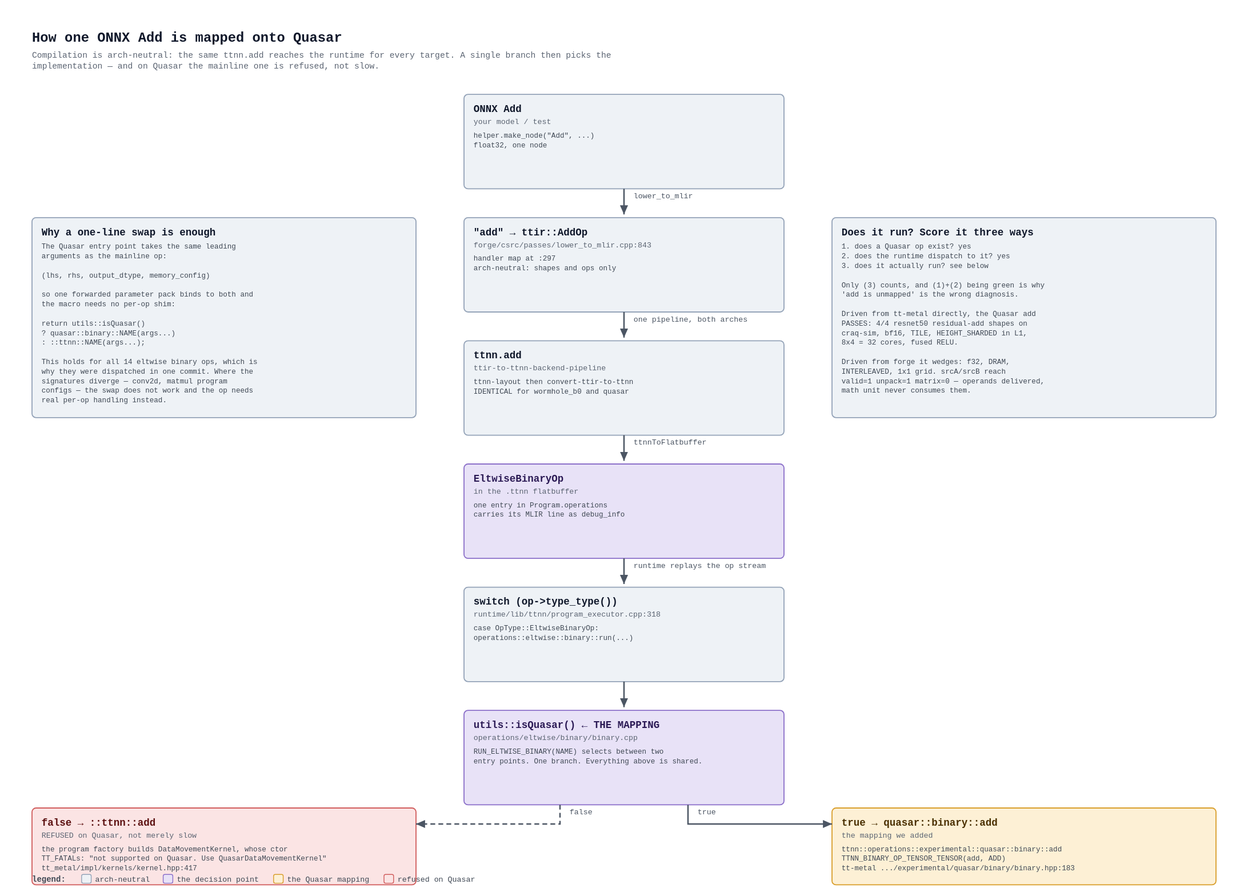
This is docs/source/imgs/compiler_arch/quasar-add-mapping.drawio.svg from tenstorrent/tt-forge-onnx, a draw.io export, as it was before one commit. Source tidied: cells renumbered, new cells last; positions are measured from the earlier drawing's top-left corner, leaving out a move shared by most shapes.
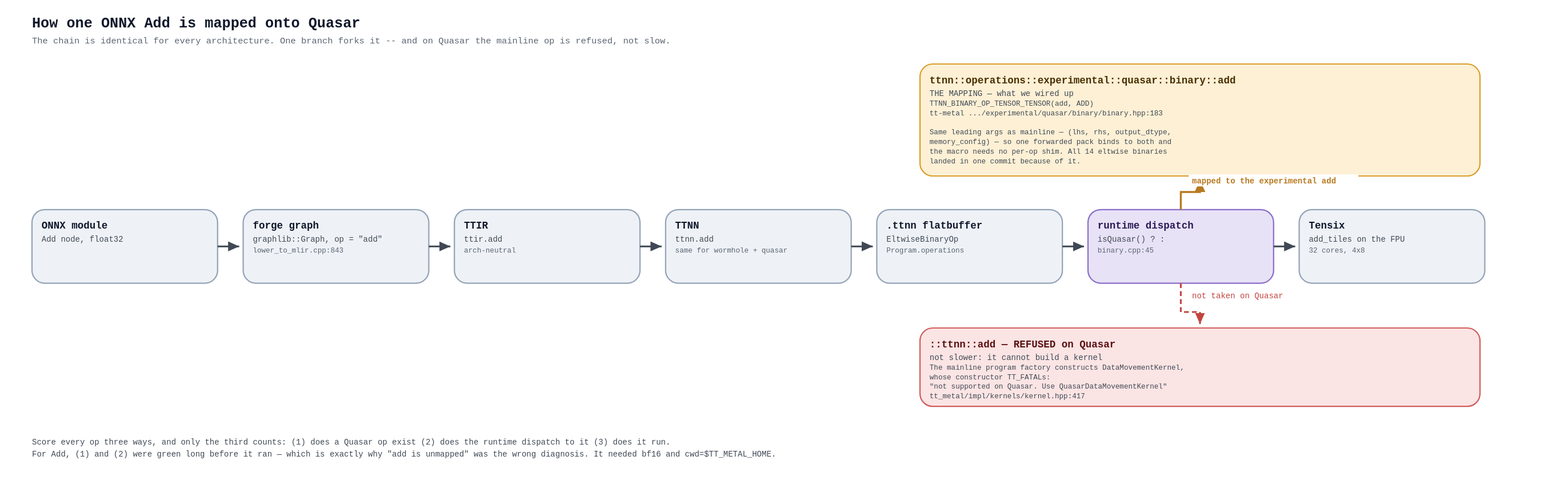
The same diagram one commit later.

Commit message:
Redraw the Add mapping as one chain with a single fork

What changed in the source:
```diff
@@ -2,59 +2,62 @@
   <root>
     <mxCell id="0" />
     <mxCell id="1" parent="0" />
-    <mxCell id="2" value="&lt;b&gt;How one ONNX Add is mapped onto Quasar&lt;/b&gt;&lt;br&gt;&lt;font style=&quot;font-size:10px&quot;&gt;Compilation is arch-neutral: the same ttnn.add reaches the runtime for every target. A single branch then picks the implementation — and on Quasar the mainline one is refused, not slow.&lt;/font&gt;" style="text;html=1;align=left;verticalAlign=middle;fontSize=16;fontColor=#0f172a;" parent="1" vertex="1">
-      <mxGeometry width="1480" height="64" as="geometry" />
+    <mxCell id="2" value="&lt;b&gt;How one ONNX Add is mapped onto Quasar&lt;/b&gt;&lt;br&gt;&lt;font style=&quot;font-size:11px&quot;&gt;The chain is identical for every architecture. One branch forks it -- and on Quasar the mainline op is refused, not slow.&lt;/font&gt;" style="text;html=1;align=left;verticalAlign=middle;fontSize=17;fontColor=#0f172a;" parent="1" vertex="1">
+      <mxGeometry y="-10" width="1880" height="50" as="geometry" />
     </mxCell>
-    <mxCell id="3" value="&lt;b&gt;ONNX  Add&lt;/b&gt;&lt;br&gt;&lt;font style=&quot;font-size:9.5px;color:#5b6472&quot;&gt;your model / test&lt;/font&gt;&lt;br&gt;&lt;br&gt;&lt;font style=&quot;font-size:9px&quot;&gt;helper.make_node(&quot;Add&quot;, ...)&lt;/font&gt;&lt;br&gt;&lt;font style=&quot;font-size:9px&quot;&gt;float32, one node&lt;/font&gt;" style="rounded=1;arcSize=8;whiteSpace=wrap;html=1;fillColor=#eef2f6;strokeColor=#94a3b8;fontColor=#0f172a;align=left;verticalAlign=top;spacingLeft=10;spacingTop=4;fontSize=11;" parent="1" vertex="1">
-      <mxGeometry x="540" y="88" width="400" height="118" as="geometry" />
+    <mxCell id="3" value="&lt;b&gt;ONNX module&lt;/b&gt;&lt;br&gt;&lt;font style=&quot;font-size:10px&quot;&gt;Add node, float32&lt;/font&gt;" style="rounded=1;arcSize=18;whiteSpace=wrap;html=1;fillColor=#eef2f6;strokeColor=#94a3b8;fontColor=#0f172a;align=left;verticalAlign=top;spacingLeft=10;spacingTop=6;fontSize=12;strokeWidth=1.6;" parent="1" vertex="1">
+      <mxGeometry y="232" width="232" height="92" as="geometry" />
     </mxCell>
+    <mxCell id="20" value="&lt;b&gt;forge graph&lt;/b&gt;&lt;br&gt;&lt;font style=&quot;font-size:10px&quot;&gt;graphlib::Graph, op = &quot;add&quot;&lt;/font&gt;&lt;br&gt;&lt;font style=&quot;font-size:9px;color:#5b6472&quot;&gt;lower_to_mlir.cpp:843&lt;/font&gt;" style="rounded=1;arcSize=18;whiteSpace=wrap;html=1;fillColor=#eef2f6;strokeColor=#94a3b8;fontColor=#0f172a;align=left;verticalAlign=top;spacingLeft=10;spacingTop=6;fontSize=12;strokeWidth=1.6;" parent="1" vertex="1">
+      <mxGeometry x="264" y="232" width="232" height="92" as="geometry" />
+    </mxCell>
-    <mxCell id="4" value="&lt;b&gt;&quot;add&quot;  →  ttir::AddOp&lt;/b&gt;&lt;br&gt;&lt;font style=&quot;font-size:9.5px;color:#5b6472&quot;&gt;forge/csrc/passes/lower_to_mlir.cpp:843&lt;/font&gt;&lt;br&gt;&lt;br&gt;&lt;font style=&quot;font-size:9px&quot;&gt;handler map at :297&lt;/font&gt;&lt;br&gt;&lt;font style=&quot;font-size:9px&quot;&gt;arch-neutral: shapes and ops only&lt;/font&gt;" style="rounded=1;arcSize=8;whiteSpace=wrap;html=1;fillColor=#eef2f6;strokeColor=#94a3b8;fontColor=#0f172a;align=left;verticalAlign=top;spacingLeft=10;spacingTop=4;fontSize=11;" parent="1" vertex="1">
-      <mxGeometry x="540" y="242" width="400" height="118" as="geometry" />
+    <mxCell id="4" value="&lt;b&gt;TTIR&lt;/b&gt;&lt;br&gt;&lt;font style=&quot;font-size:10px&quot;&gt;ttir.add&lt;/font&gt;&lt;br&gt;&lt;font style=&quot;font-size:9px;color:#5b6472&quot;&gt;arch-neutral&lt;/font&gt;" style="rounded=1;arcSize=18;whiteSpace=wrap;html=1;fillColor=#eef2f6;strokeColor=#94a3b8;fontColor=#0f172a;align=left;verticalAlign=top;spacingLeft=10;spacingTop=6;fontSize=12;strokeWidth=1.6;" parent="1" vertex="1">
+      <mxGeometry x="528" y="232" width="232" height="92" as="geometry" />
     </mxCell>
-    <mxCell id="5" value="&lt;b&gt;ttnn.add&lt;/b&gt;&lt;br&gt;&lt;font style=&quot;font-size:9.5px;color:#5b6472&quot;&gt;ttir-to-ttnn-backend-pipeline&lt;/font&gt;&lt;br&gt;&lt;br&gt;&lt;font style=&quot;font-size:9px&quot;&gt;ttnn-layout then convert-ttir-to-ttnn&lt;/font&gt;&lt;br&gt;&lt;font style=&quot;font-size:9px&quot;&gt;IDENTICAL for wormhole_b0 and quasar&lt;/font&gt;" style="rounded=1;arcSize=8;whiteSpace=wrap;html=1;fillColor=#eef2f6;strokeColor=#94a3b8;fontColor=#0f172a;align=left;verticalAlign=top;spacingLeft=10;spacingTop=4;fontSize=11;" parent="1" vertex="1">
-      <mxGeometry x="540" y="396" width="400" height="118" as="geometry" />
+    <mxCell id="5" value="&lt;b&gt;TTNN&lt;/b&gt;&lt;br&gt;&lt;font style=&quot;font-size:10px&quot;&gt;ttnn.add&lt;/font&gt;&lt;br&gt;&lt;font style=&quot;font-size:9px;color:#5b6472&quot;&gt;same for wormhole + quasar&lt;/font&gt;" style="rounded=1;arcSize=18;whiteSpace=wrap;html=1;fillColor=#eef2f6;strokeColor=#94a3b8;fontColor=#0f172a;align=left;verticalAlign=top;spacingLeft=10;spacingTop=6;fontSize=12;strokeWidth=1.6;" parent="1" vertex="1">
+      <mxGeometry x="792" y="232" width="232" height="92" as="geometry" />
     </mxCell>
-    <mxCell id="6" value="&lt;b&gt;EltwiseBinaryOp&lt;/b&gt;&lt;br&gt;&lt;font style=&quot;font-size:9.5px;color:#5b6472&quot;&gt;in the .ttnn flatbuffer&lt;/font&gt;&lt;br&gt;&lt;br&gt;&lt;font style=&quot;font-size:9px&quot;&gt;one entry in Program.operations&lt;/font&gt;&lt;br&gt;&lt;font style=&quot;font-size:9px&quot;&gt;carries its MLIR line as debug_info&lt;/font&gt;" style="rounded=1;arcSize=8;whiteSpace=wrap;html=1;fillColor=#e8e2f7;strokeColor=#8b6fc9;fontColor=#2b1a55;align=left;verticalAlign=top;spacingLeft=10;spacingTop=4;fontSize=11;" parent="1" vertex="1">
-      <mxGeometry x="540" y="550" width="400" height="118" as="geometry" />
+    <mxCell id="6" value="&lt;b&gt;.ttnn flatbuffer&lt;/b&gt;&lt;br&gt;&lt;font style=&quot;font-size:10px&quot;&gt;EltwiseBinaryOp&lt;/font&gt;&lt;br&gt;&lt;font style=&quot;font-size:9px;color:#5b6472&quot;&gt;Program.operations&lt;/font&gt;" style="rounded=1;arcSize=18;whiteSpace=wrap;html=1;fillColor=#eef2f6;strokeColor=#94a3b8;fontColor=#0f172a;align=left;verticalAlign=top;spacingLeft=10;spacingTop=6;fontSize=12;strokeWidth=1.6;" parent="1" vertex="1">
+      <mxGeometry x="1056" y="232" width="232" height="92" as="geometry" />
     </mxCell>
-    <mxCell id="7" value="&lt;b&gt;switch (op-&amp;gt;type_type())&lt;/b&gt;&lt;br&gt;&lt;font style=&quot;font-size:9.5px;color:#5b6472&quot;&gt;runtime/lib/ttnn/program_executor.cpp:318&lt;/font&gt;&lt;br&gt;&lt;br&gt;&lt;font style=&quot;font-size:9px&quot;&gt;case OpType::EltwiseBinaryOp:&lt;/font&gt;&lt;br&gt;&lt;font style=&quot;font-size:9px&quot;&gt;  operations::eltwise::binary::run(...)&lt;/font&gt;" style="rounded=1;arcSize=8;whiteSpace=wrap;html=1;fillColor=#eef2f6;strokeColor=#94a3b8;fontColor=#0f172a;align=left;verticalAlign=top;spacingLeft=10;spacingTop=4;fontSize=11;" parent="1" vertex="1">
-      <mxGeometry x="540" y="704" width="400" height="118" as="geometry" />
-    </mxCell>
-    <mxCell id="8" value="&lt;b&gt;utils::isQuasar()  ←  THE MAPPING&lt;/b&gt;&lt;br&gt;&lt;font style=&quot;font-size:9.5px;color:#5b6472&quot;&gt;operations/eltwise/binary/binary.cpp&lt;/font&gt;&lt;br&gt;&lt;br&gt;&lt;font style=&quot;font-size:9px&quot;&gt;RUN_ELTWISE_BINARY(NAME) selects between two&lt;/font&gt;&lt;br&gt;&lt;font style=&quot;font-size:9px&quot;&gt;entry points. One branch. Everything above is shared.&lt;/font&gt;" style="rounded=1;arcSize=8;whiteSpace=wrap;html=1;fillColor=#e8e2f7;strokeColor=#8b6fc9;fontColor=#2b1a55;align=left;verticalAlign=top;spacingLeft=10;spacingTop=4;fontSize=11;" parent="1" vertex="1">
-      <mxGeometry x="540" y="858" width="400" height="118" as="geometry" />
-    </mxCell>
-    <mxCell id="9" value="&lt;b&gt;false  →  ::ttnn::add&lt;/b&gt;&lt;br&gt;&lt;font style=&quot;font-size:9.5px;color:#5b6472&quot;&gt;REFUSED on Quasar, not merely slow&lt;/font&gt;&lt;br&gt;&lt;br&gt;&lt;font style=&quot;font-size:9px&quot;&gt;the program factory builds DataMovementKernel, whose ctor&lt;/font&gt;&lt;br&gt;&lt;font style=&quot;font-size:9px&quot;&gt;TT_FATALs: &quot;not supported on Quasar. Use QuasarDataMovementKernel&quot;&lt;/font&gt;&lt;br&gt;&lt;font style=&quot;font-size:9px&quot;&gt;tt_metal/impl/kernels/kernel.hpp:417&lt;/font&gt;" style="rounded=1;arcSize=8;whiteSpace=wrap;html=1;fillColor=#fbe4e4;strokeColor=#d05c5c;fontColor=#5c1010;align=left;verticalAlign=top;spacingLeft=10;spacingTop=4;fontSize=11;" parent="1" vertex="1">
-      <mxGeometry y="980" width="480" height="96" as="geometry" />
-    </mxCell>
-    <mxCell id="10" value="&lt;b&gt;true  →  quasar::binary::add&lt;/b&gt;&lt;br&gt;&lt;font style=&quot;font-size:9.5px;color:#5b6472&quot;&gt;the mapping we added&lt;/font&gt;&lt;br&gt;&lt;br&gt;&lt;font style=&quot;font-size:9px&quot;&gt;ttnn::operations::experimental::quasar::binary::add&lt;/font&gt;&lt;br&gt;&lt;font style=&quot;font-size:9px&quot;&gt;TTNN_BINARY_OP_TENSOR_TENSOR(add, ADD)&lt;/font&gt;&lt;br&gt;&lt;font style=&quot;font-size:9px&quot;&gt;tt-metal .../experimental/quasar/binary/binary.hpp:183&lt;/font&gt;" style="rounded=1;arcSize=8;whiteSpace=wrap;html=1;fillColor=#fdf0d5;strokeColor=#d99e2b;fontColor=#4a2f00;align=left;verticalAlign=top;spacingLeft=10;spacingTop=4;fontSize=11;" parent="1" vertex="1">
-      <mxGeometry x="1000" y="980" width="480" height="96" as="geometry" />
-    </mxCell>
-    <mxCell id="11" value="&lt;b&gt;Why a one-line swap is enough&lt;/b&gt;&lt;br&gt;&lt;br&gt;&lt;font style=&quot;font-size:9px&quot;&gt;The Quasar entry point takes the same leading&lt;/font&gt;&lt;br&gt;&lt;font style=&quot;font-size:9px&quot;&gt;arguments as the mainline op:&lt;/font&gt;&lt;br&gt;&amp;nbsp;&lt;br&gt;&lt;font style=&quot;font-size:9px&quot;&gt;    (lhs, rhs, output_dtype, memory_config)&lt;/font&gt;&lt;br&gt;&amp;nbsp;&lt;br&gt;&lt;font style=&quot;font-size:9px&quot;&gt;so one forwarded parameter pack binds to both and&lt;/font&gt;&lt;br&gt;&lt;font style=&quot;font-size:9px&quot;&gt;the macro needs no per-op shim:&lt;/font&gt;&lt;br&gt;&amp;nbsp;&lt;br&gt;&lt;font style=&quot;font-size:9px&quot;&gt;  return utils::isQuasar()&lt;/font&gt;&lt;br&gt;&lt;font style=&quot;font-size:9px&quot;&gt;    ? quasar::binary::NAME(args...)&lt;/font&gt;&lt;br&gt;&lt;font style=&quot;font-size:9px&quot;&gt;    : ::ttnn::NAME(args...);&lt;/font&gt;&lt;br&gt;&amp;nbsp;&lt;br&gt;&lt;font style=&quot;font-size:9px&quot;&gt;This holds for all 14 eltwise binary ops, which is&lt;/font&gt;&lt;br&gt;&lt;font style=&quot;font-size:9px&quot;&gt;why they were dispatched in one commit. Where the&lt;/font&gt;&lt;br&gt;&lt;font style=&quot;font-size:9px&quot;&gt;signatures diverge — conv2d, matmul program&lt;/font&gt;&lt;br&gt;&lt;font style=&quot;font-size:9px&quot;&gt;configs — the swap does not work and the op needs&lt;/font&gt;&lt;br&gt;&lt;font style=&quot;font-size:9px&quot;&gt;real per-op handling instead.&lt;/font&gt;" style="rounded=1;arcSize=8;whiteSpace=wrap;html=1;fillColor=#eef2f6;strokeColor=#94a3b8;fontColor=#0f172a;align=left;verticalAlign=top;spacingLeft=10;spacingTop=4;fontSize=11;" parent="1" vertex="1">
-      <mxGeometry y="242" width="480" height="250" as="geometry" />
-    </mxCell>
-    <mxCell id="12" value="&lt;b&gt;Does it run?  Score it three ways&lt;/b&gt;&lt;br&gt;&lt;br&gt;&lt;font style=&quot;font-size:9px&quot;&gt;1. does a Quasar op exist?        yes&lt;/font&gt;&lt;br&gt;&lt;font style=&quot;font-size:9px&quot;&gt;2. does the runtime dispatch to it? yes&lt;/font&gt;&lt;br&gt;&lt;font style=&quot;font-size:9px&quot;&gt;3. does it actually run?            see below&lt;/font&gt;&lt;br&gt;&amp;nbsp;&lt;br&gt;&lt;font style=&quot;font-size:9px&quot;&gt;Only (3) counts, and (1)+(2) being green is why&lt;/font&gt;&lt;br&gt;&lt;font style=&quot;font-size:9px&quot;&gt;'add is unmapped' is the wrong diagnosis.&lt;/font&gt;&lt;br&gt;&amp;nbsp;&lt;br&gt;&lt;font style=&quot;font-size:9px&quot;&gt;Driven from tt-metal directly, the Quasar add&lt;/font&gt;&lt;br&gt;&lt;font style=&quot;font-size:9px&quot;&gt;PASSES: 4/4 resnet50 residual-add shapes on&lt;/font&gt;&lt;br&gt;&lt;font style=&quot;font-size:9px&quot;&gt;craq-sim, bf16, TILE, HEIGHT_SHARDED in L1,&lt;/font&gt;&lt;br&gt;&lt;font style=&quot;font-size:9px&quot;&gt;8x4 = 32 cores, fused RELU.&lt;/font&gt;&lt;br&gt;&amp;nbsp;&lt;br&gt;&lt;font style=&quot;font-size:9px&quot;&gt;Driven from forge it wedges: f32, DRAM,&lt;/font&gt;&lt;br&gt;&lt;font style=&quot;font-size:9px&quot;&gt;INTERLEAVED, 1x1 grid. srcA/srcB reach&lt;/font&gt;&lt;br&gt;&lt;font style=&quot;font-size:9px&quot;&gt;valid=1 unpack=1 matrix=0 — operands delivered,&lt;/font&gt;&lt;br&gt;&lt;font style=&quot;font-size:9px&quot;&gt;math unit never consumes them.&lt;/font&gt;" style="rounded=1;arcSize=8;whiteSpace=wrap;html=1;fillColor=#eef2f6;strokeColor=#94a3b8;fontColor=#0f172a;align=left;verticalAlign=top;spacingLeft=10;spacingTop=4;fontSize=11;" parent="1" vertex="1">
-      <mxGeometry x="1000" y="242" width="480" height="250" as="geometry" />
-    </mxCell>
-    <mxCell id="13" value="lower_to_mlir" style="edgeStyle=orthogonalEdgeStyle;rounded=1;html=1;endArrow=block;endFill=1;strokeColor=#4b5563;strokeWidth=1.8;fontSize=9;labelBackgroundColor=none;" parent="1" edge="1" source="3" target="4">
-      <mxGeometry relative="1" as="geometry" />
-    </mxCell>
+    <mxCell id="21" value="&lt;b&gt;runtime dispatch&lt;/b&gt;&lt;br&gt;&lt;font style=&quot;font-size:10px&quot;&gt;isQuasar()  ?  :&lt;/font&gt;&lt;br&gt;&lt;font style=&quot;font-size:9px;color:#5b6472&quot;&gt;binary.cpp:45&lt;/font&gt;" style="rounded=1;arcSize=18;whiteSpace=wrap;html=1;fillColor=#e8e2f7;strokeColor=#8b6fc9;fontColor=#2b1a55;align=left;verticalAlign=top;spacingLeft=10;spacingTop=6;fontSize=12;strokeWidth=1.6;" parent="1" vertex="1">
+      <mxGeometry x="1320" y="232" width="232" height="92" as="geometry" />
+    </mxCell>
+    <mxCell id="22" value="&lt;b&gt;Tensix&lt;/b&gt;&lt;br&gt;&lt;font style=&quot;font-size:10px&quot;&gt;add_tiles on the FPU&lt;/font&gt;&lt;br&gt;&lt;font style=&quot;font-size:9px;color:#5b6472&quot;&gt;32 cores, 4x8&lt;/font&gt;" style="rounded=1;arcSize=18;whiteSpace=wrap;html=1;fillColor=#eef2f6;strokeColor=#94a3b8;fontColor=#0f172a;align=left;verticalAlign=top;spacingLeft=10;spacingTop=6;fontSize=12;strokeWidth=1.6;" parent="1" vertex="1">
+      <mxGeometry x="1584" y="232" width="232" height="92" as="geometry" />
+    </mxCell>
+    <mxCell id="23" value="&lt;b&gt;ttnn::operations::experimental::quasar::binary::add&lt;/b&gt;&lt;br&gt;&lt;font style=&quot;font-size:10px&quot;&gt;THE MAPPING — what we wired up&lt;/font&gt;&lt;br&gt;&lt;font style=&quot;font-size:9px&quot;&gt;TTNN_BINARY_OP_TENSOR_TENSOR(add, ADD)&lt;/font&gt;&lt;br&gt;&lt;font style=&quot;font-size:9px&quot;&gt;tt-metal .../experimental/quasar/binary/binary.hpp:183&lt;/font&gt;&lt;br&gt;&amp;nbsp;&lt;br&gt;&lt;font style=&quot;font-size:9px&quot;&gt;Same leading args as mainline — (lhs, rhs, output_dtype,&lt;/font&gt;&lt;br&gt;&lt;font style=&quot;font-size:9px&quot;&gt;memory_config) — so one forwarded pack binds to both and&lt;/font&gt;&lt;br&gt;&lt;font style=&quot;font-size:9px&quot;&gt;the macro needs no per-op shim. All 14 eltwise binaries&lt;/font&gt;&lt;br&gt;&lt;font style=&quot;font-size:9px&quot;&gt;landed in one commit because of it.&lt;/font&gt;" style="rounded=1;arcSize=18;whiteSpace=wrap;html=1;fillColor=#fdf0d5;strokeColor=#d99e2b;fontColor=#4a2f00;align=left;verticalAlign=top;spacingLeft=10;spacingTop=6;fontSize=12;strokeWidth=1.6;" parent="1" vertex="1">
+      <mxGeometry x="1110" y="50" width="700" height="140" as="geometry" />
+    </mxCell>
+    <mxCell id="24" value="&lt;b&gt;::ttnn::add   —   REFUSED on Quasar&lt;/b&gt;&lt;br&gt;&lt;font style=&quot;font-size:10px&quot;&gt;not slower: it cannot build a kernel&lt;/font&gt;&lt;br&gt;&lt;font style=&quot;font-size:9px&quot;&gt;The mainline program factory constructs DataMovementKernel,&lt;/font&gt;&lt;br&gt;&lt;font style=&quot;font-size:9px&quot;&gt;whose constructor TT_FATALs:&lt;/font&gt;&lt;br&gt;&lt;font style=&quot;font-size:9px&quot;&gt;  &quot;not supported on Quasar. Use QuasarDataMovementKernel&quot;&lt;/font&gt;&lt;br&gt;&lt;font style=&quot;font-size:9px&quot;&gt;tt_metal/impl/kernels/kernel.hpp:417&lt;/font&gt;" style="rounded=1;arcSize=18;whiteSpace=wrap;html=1;fillColor=#fbe4e4;strokeColor=#d05c5c;fontColor=#5c1010;align=left;verticalAlign=top;spacingLeft=10;spacingTop=6;fontSize=12;strokeWidth=1.6;" parent="1" vertex="1">
+      <mxGeometry x="1110" y="380" width="700" height="98" as="geometry" />
+    </mxCell>
+    <mxCell id="25" style="edgeStyle=orthogonalEdgeStyle;rounded=1;html=1;endArrow=block;endFill=1;strokeColor=#3f4854;strokeWidth=2.2;fontSize=10;labelBackgroundColor=none;" parent="1" edge="1" source="3" target="20">
+      <mxGeometry relative="1" as="geometry" />
+    </mxCell>
+    <mxCell id="26" style="edgeStyle=orthogonalEdgeStyle;rounded=1;html=1;endArrow=block;endFill=1;strokeColor=#3f4854;strokeWidth=2.2;fontSize=10;labelBackgroundColor=none;" parent="1" edge="1" source="20" target="4">
+      <mxGeometry relative="1" as="geometry" />
+    </mxCell>
-    <mxCell id="14" value="one pipeline, both arches" style="edgeStyle=orthogonalEdgeStyle;rounded=1;html=1;endArrow=block;endFill=1;strokeColor=#4b5563;strokeWidth=1.8;fontSize=9;labelBackgroundColor=none;" parent="1" edge="1" source="4" target="5">
+    <mxCell id="14" style="edgeStyle=orthogonalEdgeStyle;rounded=1;html=1;endArrow=block;endFill=1;strokeColor=#3f4854;strokeWidth=2.2;fontSize=10;labelBackgroundColor=none;" parent="1" edge="1" source="4" target="5">
       <mxGeometry relative="1" as="geometry" />
     </mxCell>
-    <mxCell id="15" value="ttnnToFlatbuffer" style="edgeStyle=orthogonalEdgeStyle;rounded=1;html=1;endArrow=block;endFill=1;strokeColor=#4b5563;strokeWidth=1.8;fontSize=9;labelBackgroundColor=none;" parent="1" edge="1" source="5" target="6">
+    <mxCell id="15" style="edgeStyle=orthogonalEdgeStyle;rounded=1;html=1;endArrow=block;endFill=1;strokeColor=#3f4854;strokeWidth=2.2;fontSize=10;labelBackgroundColor=none;" parent="1" edge="1" source="5" target="6">
       <mxGeometry relative="1" as="geometry" />
     </mxCell>
-    <mxCell id="16" value="runtime replays the op stream" style="edgeStyle=orthogonalEdgeStyle;rounded=1;html=1;endArrow=block;endFill=1;strokeColor=#4b5563;strokeWidth=1.8;fontSize=9;labelBackgroundColor=none;" parent="1" edge="1" source="6" target="7">
-      <mxGeometry relative="1" as="geometry" />
-    </mxCell>
-    <mxCell id="17" style="edgeStyle=orthogonalEdgeStyle;rounded=1;html=1;endArrow=block;endFill=1;strokeColor=#4b5563;strokeWidth=1.8;fontSize=9;labelBackgroundColor=none;" parent="1" edge="1" source="7" target="8">
-      <mxGeometry relative="1" as="geometry" />
-    </mxCell>
-    <mxCell id="18" value="false" style="edgeStyle=orthogonalEdgeStyle;rounded=1;html=1;endArrow=block;endFill=1;strokeColor=#4b5563;strokeWidth=1.8;fontSize=9;labelBackgroundColor=none;dashed=1;" parent="1" edge="1" source="8" target="9">
-      <mxGeometry relative="1" as="geometry" />
-    </mxCell>
-    <mxCell id="19" value="true" style="edgeStyle=orthogonalEdgeStyle;rounded=1;html=1;endArrow=block;endFill=1;strokeColor=#4b5563;strokeWidth=1.8;fontSize=9;labelBackgroundColor=none;" parent="1" edge="1" source="8" target="10">
-      <mxGeometry relative="1" as="geometry" />
-    </mxCell>
+    <mxCell id="27" style="edgeStyle=orthogonalEdgeStyle;rounded=1;html=1;endArrow=block;endFill=1;strokeColor=#3f4854;strokeWidth=2.2;fontSize=10;labelBackgroundColor=none;" parent="1" edge="1" source="6" target="21">
+      <mxGeometry relative="1" as="geometry" />
+    </mxCell>
+    <mxCell id="28" style="edgeStyle=orthogonalEdgeStyle;rounded=1;html=1;endArrow=block;endFill=1;strokeColor=#3f4854;strokeWidth=2.2;fontSize=10;labelBackgroundColor=none;" parent="1" edge="1" source="21" target="22">
+      <mxGeometry relative="1" as="geometry" />
+    </mxCell>
+    <mxCell id="29" value="mapped to the experimental add" style="edgeStyle=orthogonalEdgeStyle;rounded=1;html=1;endArrow=block;endFill=1;strokeColor=#3f4854;strokeWidth=2.2;fontSize=10;labelBackgroundColor=none;strokeColor=#b8791f;" parent="1" edge="1" source="21" target="23">
+      <mxGeometry relative="1" as="geometry" />
+    </mxCell>
+    <mxCell id="30" value="not taken on Quasar" style="edgeStyle=orthogonalEdgeStyle;rounded=1;html=1;endArrow=block;endFill=1;strokeColor=#3f4854;strokeWidth=2.2;fontSize=10;labelBackgroundColor=none;strokeColor=#c2453f;dashed=1;" parent="1" edge="1" source="21" target="24">
+      <mxGeometry relative="1" as="geometry" />
+    </mxCell>
+    <mxCell id="31" value="&lt;font style=&quot;font-size:10px&quot;&gt;Score every op three ways, and only the third counts:  (1) does a Quasar op exist   (2) does the runtime dispatch to it   (3) does it run.&lt;/font&gt;&lt;br&gt;&lt;font style=&quot;font-size:10px&quot;&gt;For Add, (1) and (2) were green long before it ran — which is exactly why &quot;add is unmapped&quot; was the wrong diagnosis. It needed bf16 and cwd=$TT_METAL_HOME.&lt;/font&gt;" style="text;html=1;align=left;verticalAlign=middle;fontSize=10;fontColor=#3f4854;" parent="1" vertex="1">
+      <mxGeometry y="510" width="1880" height="46" as="geometry" />
+    </mxCell>
   </root>
 </mxGraphModel>
```
